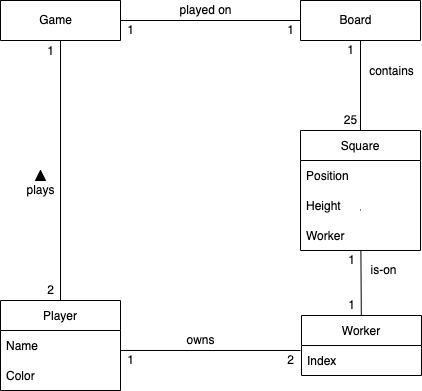
Above: domain-model.png in RozayC/test (draw.io), before the change. Source tidied: cells renumbered, new cells last; positions are measured from the earlier drawing's top-left corner, leaving out a move shared by most shapes.
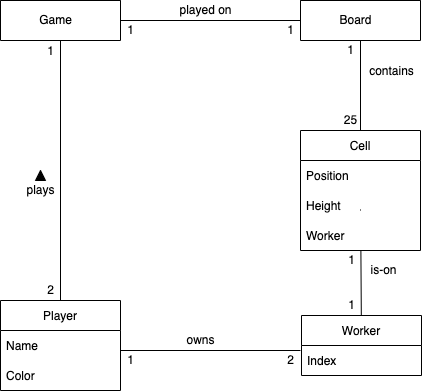
Above is the later version.

The edit, as a diff of the source:
```diff
@@ -101,7 +101,7 @@
     <mxCell id="32" value="1" style="text;html=1;align=center;verticalAlign=middle;fillColor=none;strokeColor=none;rounded=0;" parent="1" vertex="1">
       <mxGeometry x="280" y="20" width="20" height="20" as="geometry" />
     </mxCell>
-    <mxCell id="33" value="Square" style="swimlane;fontStyle=0;horizontal=1;startSize=30;" parent="1" vertex="1">
+    <mxCell id="33" value="Cell" style="swimlane;fontStyle=0;horizontal=1;startSize=30;" parent="1" vertex="1">
       <mxGeometry x="300" y="130" width="120" height="120" as="geometry" />
     </mxCell>
     <mxCell id="34" value="Position" style="text;strokeColor=none;fillColor=none;align=left;verticalAlign=middle;spacingLeft=4;spacingRight=4;overflow=hidden;" parent="33" vertex="1">
```
